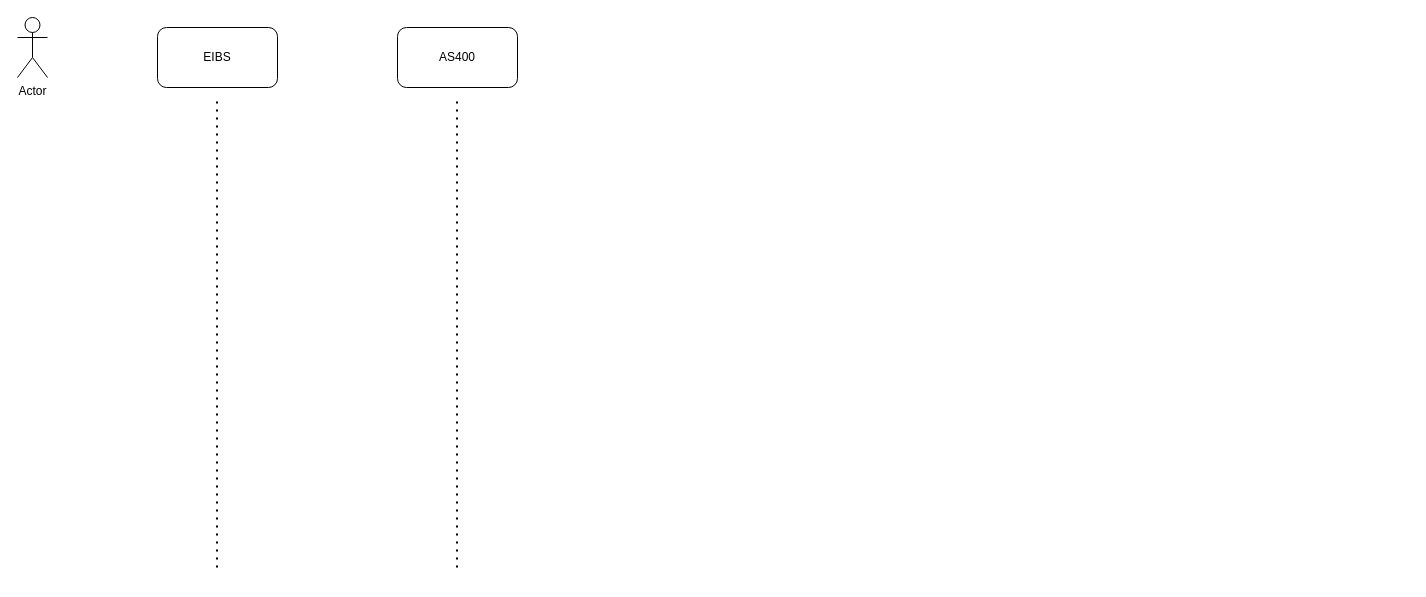
Earlier version of the draw.io diagram DiagramaSecuencia.drawio (GonzaloDavid/diagramas). Source tidied: cells renumbered, new cells numbered last; positions are measured from the earlier drawing's top-left corner, leaving out a move shared by most shapes. Both pictures are drawn from the tidied source at 100%, with x=0, y=0 at pixel (17, 17).
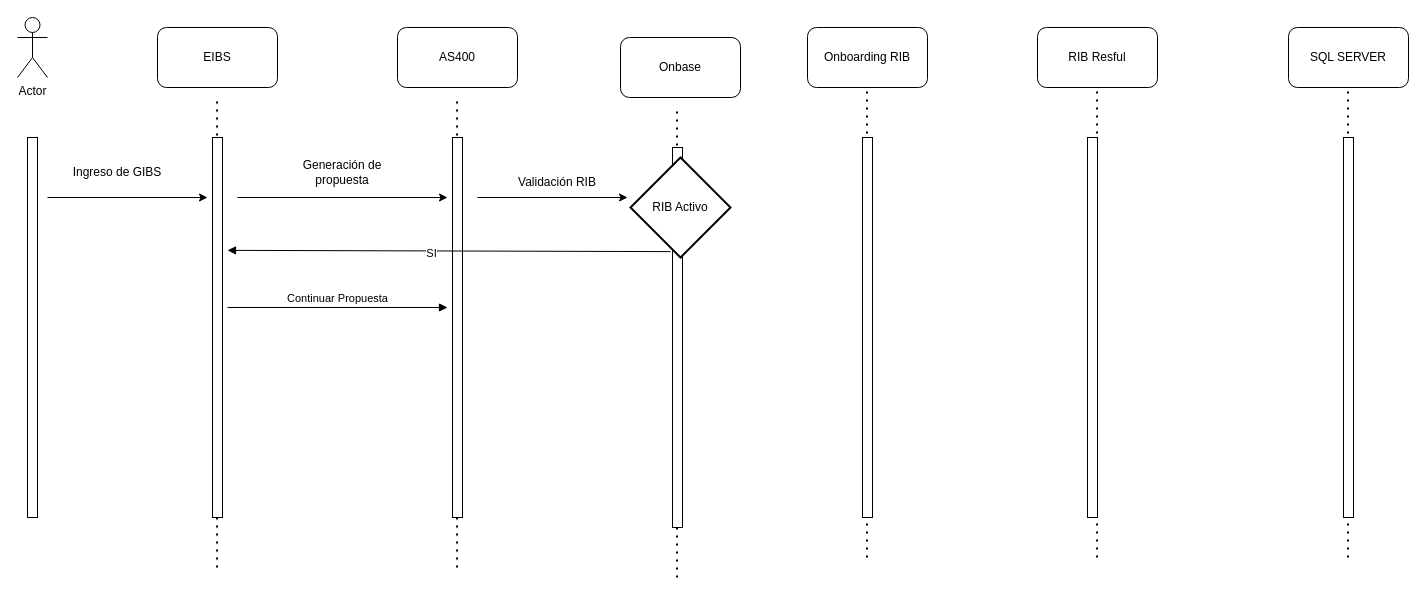
Above is the later version.

What changed in the source:
```diff
@@
+    <mxCell id="7" style="group;" parent="1" vertex="1">
+      <mxGeometry x="1020" y="10" width="120" height="530" as="geometry" />
+    </mxCell>
+    <mxCell id="8" value="RIB Resful" style="rounded=1;whiteSpace=wrap;html=1;" parent="7" vertex="1">
+      <mxGeometry width="120" height="60" as="geometry" />
+    </mxCell>
+    <mxCell id="9" style="endArrow=none;dashed=1;html=1;dashPattern=1 3;strokeWidth=2;rounded=0;" parent="7" edge="1">
+      <mxGeometry relative="1" as="geometry">
+        <mxPoint x="59.5" y="530" as="sourcePoint" />
+        <mxPoint x="59.5" y="60" as="targetPoint" />
+      </mxGeometry>
+    </mxCell>
+    <mxCell id="10" style="rounded=0;whiteSpace=wrap;html=1;" parent="7" vertex="1">
+      <mxGeometry x="50" y="110" width="10" height="380" as="geometry" />
+    </mxCell>
+    <mxCell id="11" style="group;" parent="1" vertex="1">
+      <mxGeometry x="1271" y="10" width="120" height="530" as="geometry" />
+    </mxCell>
+    <mxCell id="12" value="SQL SERVER" style="rounded=1;whiteSpace=wrap;html=1;" parent="11" vertex="1">
+      <mxGeometry width="120" height="60" as="geometry" />
+    </mxCell>
+    <mxCell id="13" style="endArrow=none;dashed=1;html=1;dashPattern=1 3;strokeWidth=2;rounded=0;" parent="11" edge="1">
+      <mxGeometry relative="1" as="geometry">
+        <mxPoint x="59.5" y="530" as="sourcePoint" />
+        <mxPoint x="59.5" y="60" as="targetPoint" />
+      </mxGeometry>
+    </mxCell>
+    <mxCell id="14" style="rounded=0;whiteSpace=wrap;html=1;" parent="11" vertex="1">
+      <mxGeometry x="55" y="110" width="10" height="380" as="geometry" />
+    </mxCell>
+    <mxCell id="15" style="group;" parent="1" vertex="1">
+      <mxGeometry x="790" y="10" width="120" height="530" as="geometry" />
+    </mxCell>
+    <mxCell id="16" value="Onboarding RIB" style="rounded=1;whiteSpace=wrap;html=1;" parent="15" vertex="1">
+      <mxGeometry width="120" height="60" as="geometry" />
+    </mxCell>
+    <mxCell id="17" style="endArrow=none;dashed=1;html=1;dashPattern=1 3;strokeWidth=2;rounded=0;" parent="15" edge="1">
+      <mxGeometry relative="1" as="geometry">
+        <mxPoint x="59.5" y="530" as="sourcePoint" />
+        <mxPoint x="59.5" y="60" as="targetPoint" />
+      </mxGeometry>
+    </mxCell>
+    <mxCell id="18" style="rounded=0;whiteSpace=wrap;html=1;" parent="15" vertex="1">
+      <mxGeometry x="55" y="110" width="10" height="380" as="geometry" />
+    </mxCell>
+    <mxCell id="19" style="group;" parent="1" vertex="1">
+      <mxGeometry x="380" y="10" width="200" height="540" as="geometry" />
+    </mxCell>
+    <mxCell id="5" value="AS400" style="rounded=1;whiteSpace=wrap;html=1;" parent="19" vertex="1">
+      <mxGeometry width="120" height="60" as="geometry" />
+    </mxCell>
+    <mxCell id="6" style="endArrow=none;dashed=1;html=1;dashPattern=1 3;strokeWidth=2;rounded=0;" parent="19" edge="1">
+      <mxGeometry relative="1" as="geometry">
+        <mxPoint x="59.5" y="540" as="sourcePoint" />
+        <mxPoint x="59.5" y="70" as="targetPoint" />
+      </mxGeometry>
+    </mxCell>
+    <mxCell id="20" style="rounded=0;whiteSpace=wrap;html=1;" parent="19" vertex="1">
+      <mxGeometry x="55" y="110" width="10" height="380" as="geometry" />
+    </mxCell>
+    <mxCell id="21" value="Validación RIB" style="text;html=1;align=center;verticalAlign=middle;whiteSpace=wrap;rounded=0;" parent="19" vertex="1">
+      <mxGeometry x="120" y="140" width="80" height="30" as="geometry" />
+    </mxCell>
+    <mxCell id="22" style="group;" parent="1" vertex="1">
+      <mxGeometry x="140" y="10" width="120" height="540" as="geometry" />
+    </mxCell>
-    <mxCell id="3" style="endArrow=none;dashed=1;html=1;dashPattern=1 3;strokeWidth=2;rounded=0;" parent="1" edge="1">
+    <mxCell id="3" style="endArrow=none;dashed=1;html=1;dashPattern=1 3;strokeWidth=2;rounded=0;" parent="22" edge="1">
       <mxGeometry relative="1" as="geometry">
-        <mxPoint x="199.5" y="550" as="sourcePoint" />
-        <mxPoint x="199.5" y="80" as="targetPoint" />
+        <mxPoint x="59.5" y="540" as="sourcePoint" />
+        <mxPoint x="59.5" y="70" as="targetPoint" />
       </mxGeometry>
     </mxCell>
-    <mxCell id="4" value="EIBS" style="rounded=1;whiteSpace=wrap;html=1;" parent="1" vertex="1">
-      <mxGeometry x="140" y="10" width="120" height="60" as="geometry" />
+    <mxCell id="4" value="EIBS" style="rounded=1;whiteSpace=wrap;html=1;" parent="22" vertex="1">
+      <mxGeometry width="120" height="60" as="geometry" />
     </mxCell>
-    <mxCell id="5" value="AS400" style="rounded=1;whiteSpace=wrap;html=1;" parent="1" vertex="1">
-      <mxGeometry x="380" y="10" width="120" height="60" as="geometry" />
-    </mxCell>
-    <mxCell id="6" style="endArrow=none;dashed=1;html=1;dashPattern=1 3;strokeWidth=2;rounded=0;" parent="1" edge="1">
-      <mxGeometry relative="1" as="geometry">
-        <mxPoint x="439.5" y="550" as="sourcePoint" />
-        <mxPoint x="439.5" y="80" as="targetPoint" />
-      </mxGeometry>
-    </mxCell>
+    <mxCell id="23" style="rounded=0;whiteSpace=wrap;html=1;" parent="22" vertex="1">
+      <mxGeometry x="55" y="110" width="10" height="380" as="geometry" />
+    </mxCell>
+    <mxCell id="24" value="Ingreso de GIBS" style="text;html=1;align=center;verticalAlign=middle;whiteSpace=wrap;rounded=0;" parent="22" vertex="1">
+      <mxGeometry x="-100" y="130" width="120" height="30" as="geometry" />
+    </mxCell>
+    <mxCell id="25" value="Continuar Propuesta" style="html=1;verticalAlign=bottom;endArrow=block;curved=0;rounded=0;" parent="22" edge="1">
+      <mxGeometry relative="1" as="geometry">
+        <mxPoint x="70" y="280" as="sourcePoint" />
+        <mxPoint x="290" y="280" as="targetPoint" />
+      </mxGeometry>
+    </mxCell>
+    <mxCell id="26" style="rounded=0;whiteSpace=wrap;html=1;" parent="1" vertex="1">
+      <mxGeometry x="10" y="120" width="10" height="380" as="geometry" />
+    </mxCell>
+    <mxCell id="27" style="endArrow=classic;html=1;rounded=0;" parent="1" edge="1">
+      <mxGeometry relative="1" as="geometry">
+        <mxPoint x="30" y="180" as="sourcePoint" />
+        <mxPoint x="190" y="180" as="targetPoint" />
+      </mxGeometry>
+    </mxCell>
+    <mxCell id="28" style="endArrow=classic;html=1;rounded=0;" parent="1" edge="1">
+      <mxGeometry relative="1" as="geometry">
+        <mxPoint x="220" y="180" as="sourcePoint" />
+        <mxPoint x="430" y="180" as="targetPoint" />
+      </mxGeometry>
+    </mxCell>
+    <mxCell id="29" value="Generación de propuesta" style="text;html=1;align=center;verticalAlign=middle;whiteSpace=wrap;rounded=0;" parent="1" vertex="1">
+      <mxGeometry x="280" y="140" width="90" height="30" as="geometry" />
+    </mxCell>
+    <mxCell id="30" style="group;" parent="1" vertex="1">
+      <mxGeometry x="600" y="20" width="120" height="540" as="geometry" />
+    </mxCell>
+    <mxCell id="31" value="Onbase" style="rounded=1;whiteSpace=wrap;html=1;" parent="30" vertex="1">
+      <mxGeometry x="3" width="120" height="60" as="geometry" />
+    </mxCell>
+    <mxCell id="32" style="endArrow=none;dashed=1;html=1;dashPattern=1 3;strokeWidth=2;rounded=0;" parent="30" edge="1">
+      <mxGeometry relative="1" as="geometry">
+        <mxPoint x="59.5" y="540" as="sourcePoint" />
+        <mxPoint x="59.5" y="70" as="targetPoint" />
+      </mxGeometry>
+    </mxCell>
+    <mxCell id="33" style="rounded=0;whiteSpace=wrap;html=1;" parent="30" vertex="1">
+      <mxGeometry x="55" y="110" width="10" height="380" as="geometry" />
+    </mxCell>
+    <mxCell id="34" value="RIB Activo" style="strokeWidth=2;html=1;shape=mxgraph.flowchart.decision;whiteSpace=wrap;direction=south;" parent="30" vertex="1">
+      <mxGeometry x="13" y="120" width="100" height="100" as="geometry" />
+    </mxCell>
+    <mxCell id="35" style="endArrow=classic;html=1;rounded=0;" parent="1" edge="1">
+      <mxGeometry relative="1" as="geometry">
+        <mxPoint x="460" y="180" as="sourcePoint" />
+        <mxPoint x="610" y="180" as="targetPoint" />
+      </mxGeometry>
+    </mxCell>
+    <mxCell id="36" style="html=1;verticalAlign=bottom;endArrow=block;curved=0;rounded=0;entryX=1.5;entryY=0.297;entryDx=0;entryDy=0;entryPerimeter=0;exitX=-0.2;exitY=0.274;exitDx=0;exitDy=0;exitPerimeter=0;" parent="1" edge="1" source="33" target="23">
+      <mxGeometry relative="1" as="geometry" />
+    </mxCell>
+    <mxCell id="37" value="SI" style="edgeLabel;html=1;align=center;verticalAlign=middle;" parent="36" vertex="1">
+      <mxGeometry x="0.08" y="2" relative="1" as="geometry" />
+    </mxCell>
```
